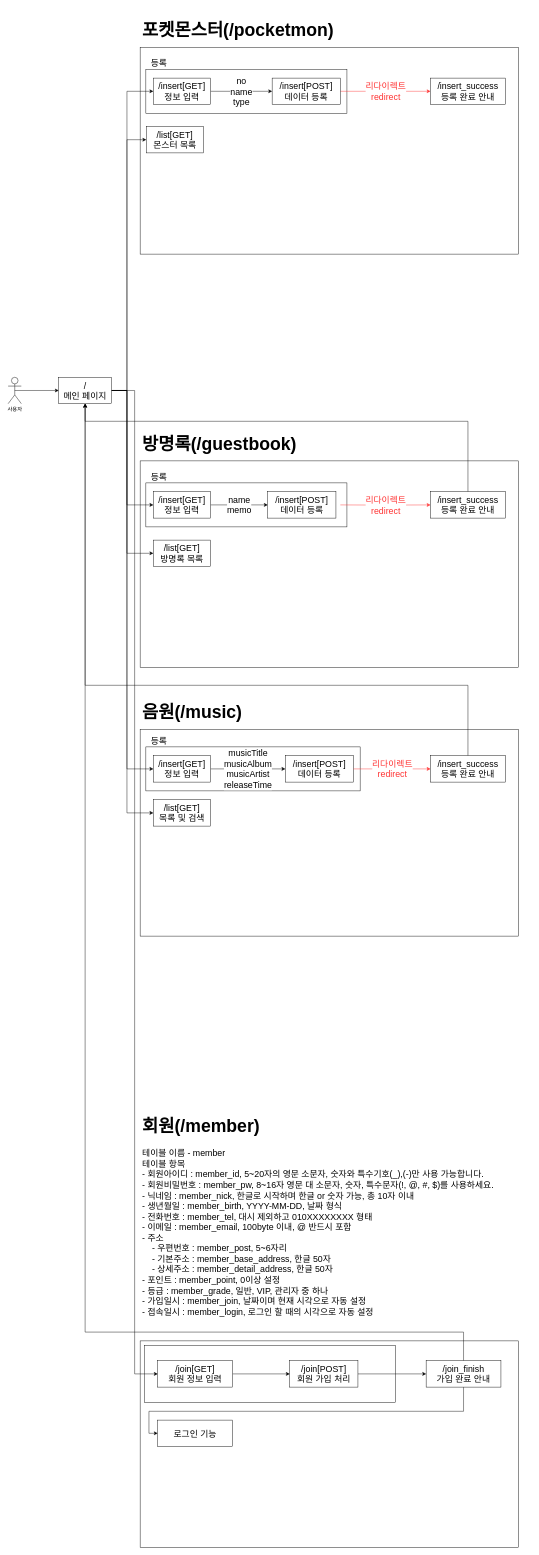
Above: page "Flow" (1 of 2) of springhome/springhome.drawio in Luverduck/kh10 (draw.io), before the change. Source tidied: cells renumbered, new cells numbered last; positions are measured from the earlier drawing's top-left corner, leaving out a move shared by most shapes. Both pictures are drawn from the tidied source at 44%, with x=0, y=0 at pixel (8, 12).
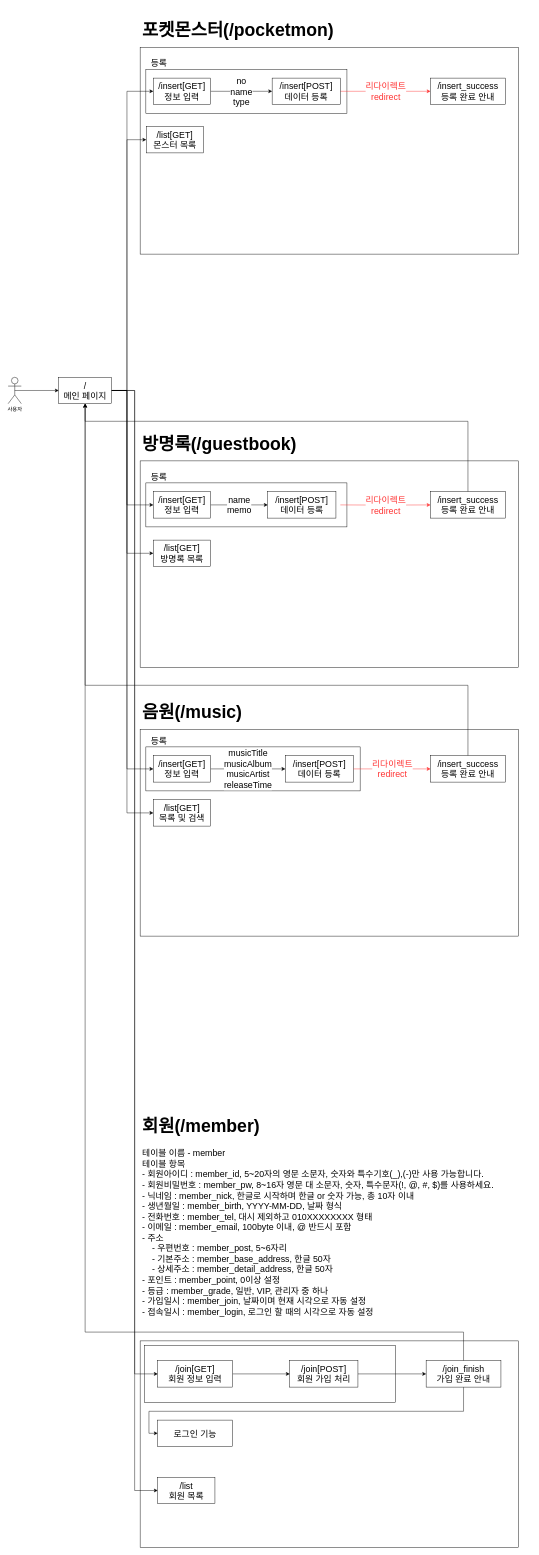
Above is the later version.

Unchanged cells that the change refers to:
```xml
<mxCell id="18" value="/&lt;br&gt;메인 페이지" style="rounded=0;whiteSpace=wrap;html=1;fontSize=20;" parent="1" vertex="1">
  <mxGeometry x="115" y="830" width="120" height="60" as="geometry" />
</mxCell>
```

Diff of the diagram source:
```diff
@@
+    <mxCell id="55" style="edgeStyle=orthogonalEdgeStyle;rounded=0;jettySize=auto;html=1;entryX=0;entryY=0.5;entryDx=0;entryDy=0;" parent="1" edge="1" source="18" target="56">
+      <mxGeometry relative="1" as="geometry" />
+    </mxCell>
@@
+    <mxCell id="56" value="/list&lt;br&gt;회원 목록" style="rounded=0;whiteSpace=wrap;html=1;fontSize=20;" parent="1" vertex="1">
+      <mxGeometry x="340" y="3330" width="130" height="60" as="geometry" />
+    </mxCell>
```
